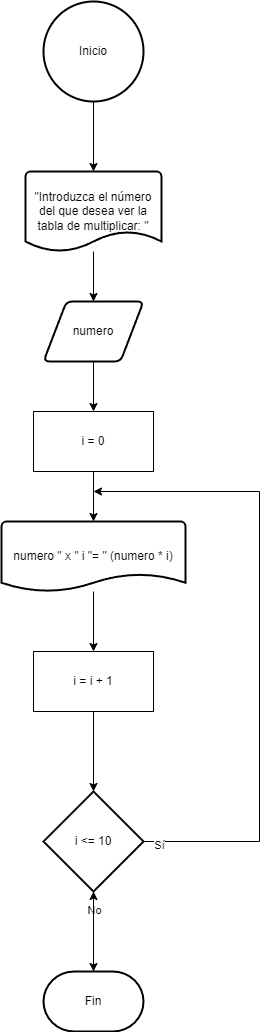
Before: unidad-1/tareas/Tarea3/images/diagrama-tarea3-09.png, a diagram exported from draw.io (mackstm/programacion). Source tidied: cells renumbered, new cells last; positions are measured from the earlier drawing's top-left corner, leaving out a move shared by most shapes.
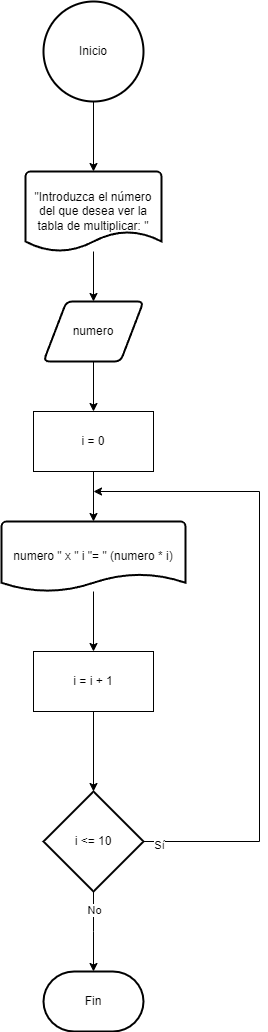
The same diagram one commit later.

The edit, as a diff of the source:
```diff
@@ -61,9 +61,6 @@
     <mxCell id="18" value="i &amp;lt;= 10" style="strokeWidth=2;html=1;shape=mxgraph.flowchart.decision;whiteSpace=wrap;" parent="1" vertex="1">
       <mxGeometry x="42" y="790" width="100" height="100" as="geometry" />
     </mxCell>
-    <mxCell id="19" style="edgeStyle=orthogonalEdgeStyle;rounded=0;jettySize=auto;html=1;exitX=0.5;exitY=0;exitDx=0;exitDy=0;exitPerimeter=0;" parent="1" edge="1" source="20" target="18">
-      <mxGeometry relative="1" as="geometry" />
-    </mxCell>
     <mxCell id="20" value="Fin" style="strokeWidth=2;html=1;shape=mxgraph.flowchart.terminator;whiteSpace=wrap;" parent="1" vertex="1">
       <mxGeometry x="42" y="970" width="100" height="60" as="geometry" />
     </mxCell>
```
